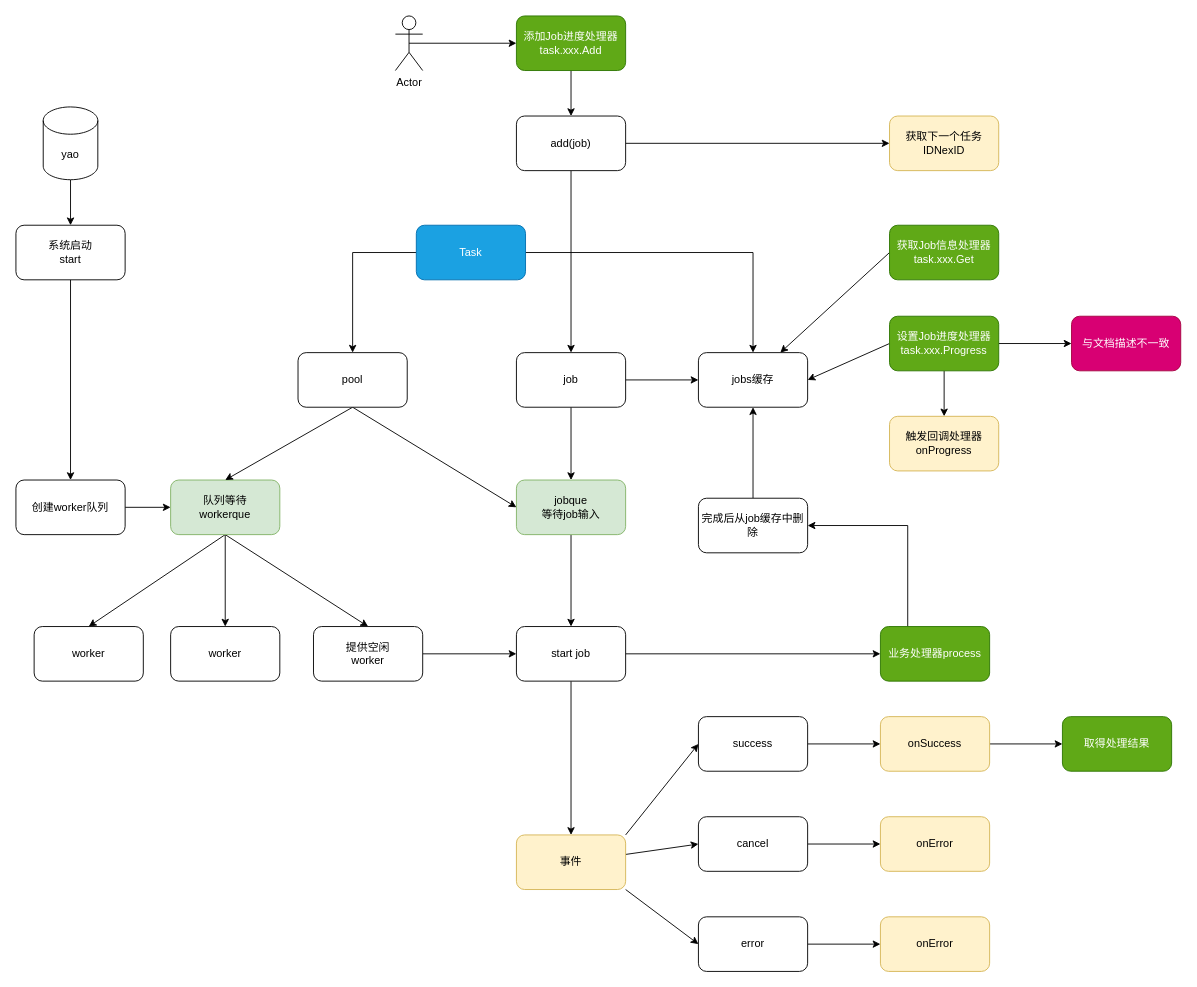
Above: docs/流程图/drawio/yao_task.drawio in wwsheng009/yao-docs (draw.io), before the change. Source tidied: cells renumbered, new cells numbered last; positions are measured from the earlier drawing's top-left corner, leaving out a move shared by most shapes. Both pictures are drawn from the tidied source at 91%, with x=0, y=0 at pixel (15, 15).
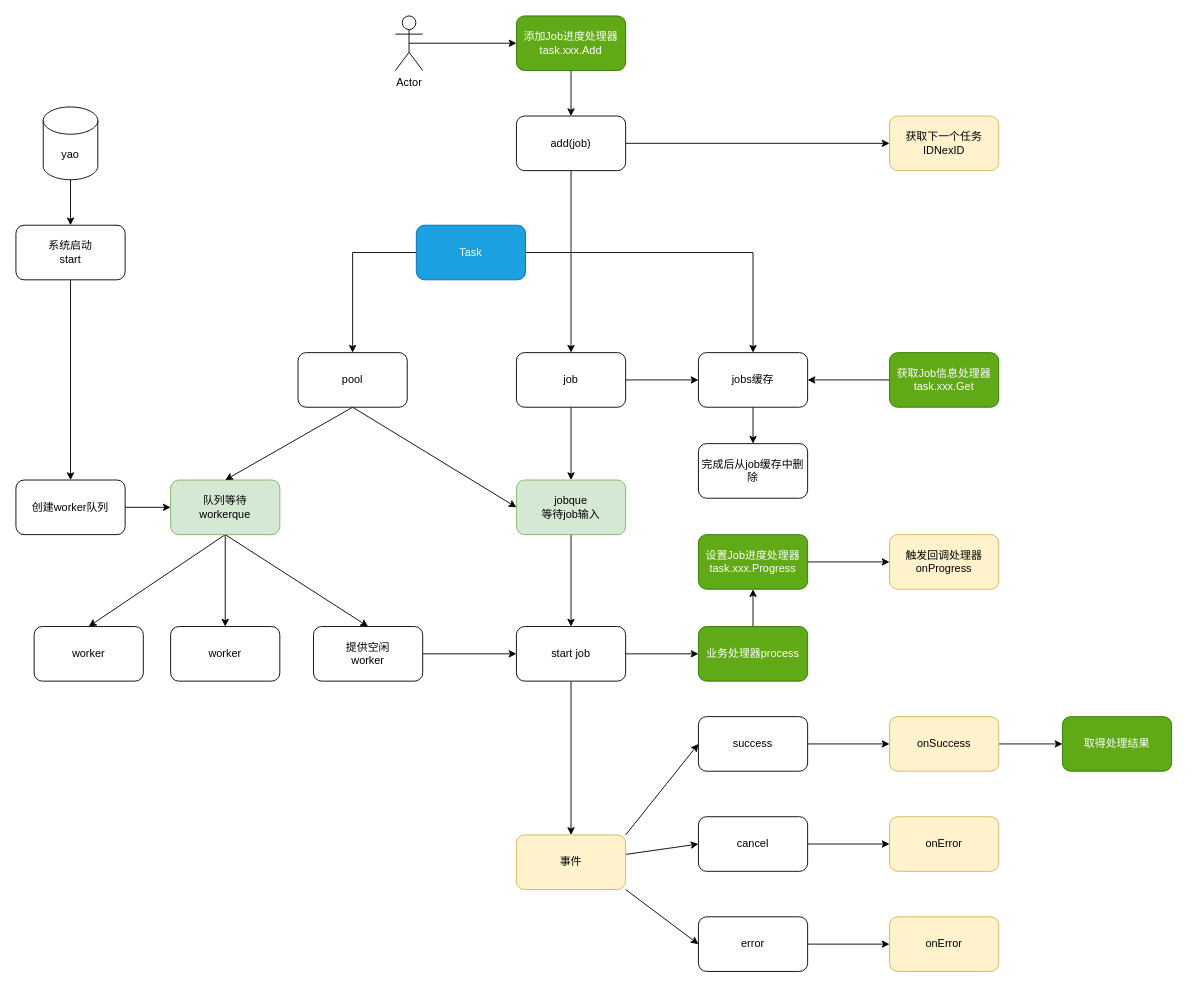
The same page after the edit.

Unchanged cells that the change refers to:
```xml
<mxCell id="11" value="jobs缓存" style="rounded=1;whiteSpace=wrap;html=1;" parent="1" vertex="1">
  <mxGeometry x="750" y="370" width="120" height="60" as="geometry" />
</mxCell>
```

Change to the diagram source:
```diff
@@
+    <mxCell id="66" style="edgeStyle=orthogonalEdgeStyle;rounded=0;jettySize=auto;html=1;exitX=0.5;exitY=1;exitDx=0;exitDy=0;" parent="1" edge="1" source="11" target="24">
+      <mxGeometry relative="1" as="geometry" />
+    </mxCell>
@@
-    <mxCell id="23" style="edgeStyle=orthogonalEdgeStyle;rounded=0;jettySize=auto;html=1;exitX=0.5;exitY=0;exitDx=0;exitDy=0;entryX=0.5;entryY=1;entryDx=0;entryDy=0;" parent="1" edge="1" source="24" target="11">
-      <mxGeometry relative="1" as="geometry" />
-    </mxCell>
     <mxCell id="24" value="完成后从job缓存中删除" style="rounded=1;whiteSpace=wrap;html=1;" parent="1" vertex="1">
-      <mxGeometry x="750" y="530" width="120" height="60" as="geometry" />
+      <mxGeometry x="750" y="470" width="120" height="60" as="geometry" />
     </mxCell>
@@
     <mxCell id="44" value="onError" style="whiteSpace=wrap;html=1;rounded=1;fillColor=#fff2cc;strokeColor=#d6b656;fontColor=default;" parent="1" vertex="1">
-      <mxGeometry x="950" y="880" width="120" height="60" as="geometry" />
+      <mxGeometry x="960" y="880" width="120" height="60" as="geometry" />
     </mxCell>
@@
     <mxCell id="46" value="onSuccess" style="whiteSpace=wrap;html=1;rounded=1;fillColor=#fff2cc;strokeColor=#d6b656;fontColor=default;" parent="1" vertex="1">
-      <mxGeometry x="950" y="770" width="120" height="60" as="geometry" />
+      <mxGeometry x="960" y="770" width="120" height="60" as="geometry" />
     </mxCell>
     <mxCell id="47" value="onError" style="whiteSpace=wrap;html=1;rounded=1;fillColor=#fff2cc;strokeColor=#d6b656;fontColor=default;" parent="1" vertex="1">
-      <mxGeometry x="950" y="990" width="120" height="60" as="geometry" />
+      <mxGeometry x="960" y="990" width="120" height="60" as="geometry" />
     </mxCell>
@@
-    <mxCell id="51" style="edgeStyle=orthogonalEdgeStyle;rounded=0;jettySize=auto;html=1;exitX=0.25;exitY=0;exitDx=0;exitDy=0;entryX=1;entryY=0.5;entryDx=0;entryDy=0;" parent="1" edge="1" source="52" target="24">
-      <mxGeometry relative="1" as="geometry" />
-    </mxCell>
+    <mxCell id="67" style="edgeStyle=orthogonalEdgeStyle;rounded=0;jettySize=auto;html=1;exitX=0.5;exitY=0;exitDx=0;exitDy=0;entryX=0.5;entryY=1;entryDx=0;entryDy=0;" parent="1" edge="1" source="52" target="60">
+      <mxGeometry relative="1" as="geometry" />
+    </mxCell>
     <mxCell id="52" value="业务处理器process" style="rounded=1;whiteSpace=wrap;html=1;fillColor=#60a917;strokeColor=#2D7600;fontColor=#ffffff;" parent="1" vertex="1">
-      <mxGeometry x="950" y="671" width="120" height="60" as="geometry" />
+      <mxGeometry x="750" y="671" width="120" height="60" as="geometry" />
     </mxCell>
@@
-    <mxCell id="55" style="rounded=0;jettySize=auto;html=1;exitX=0;exitY=0.5;exitDx=0;exitDy=0;entryX=0.75;entryY=0;entryDx=0;entryDy=0;" parent="1" edge="1" source="56" target="11">
+    <mxCell id="55" style="rounded=0;jettySize=auto;html=1;exitX=0;exitY=0.5;exitDx=0;exitDy=0;" parent="1" edge="1" source="56" target="11">
       <mxGeometry relative="1" as="geometry" />
     </mxCell>
     <mxCell id="56" value="获取Job信息处理器task.xxx.Get" style="rounded=1;whiteSpace=wrap;html=1;fillColor=#60a917;strokeColor=#2D7600;fontColor=#ffffff;" parent="1" vertex="1">
-      <mxGeometry x="960" y="230" width="120" height="60" as="geometry" />
+      <mxGeometry x="960" y="370" width="120" height="60" as="geometry" />
     </mxCell>
-    <mxCell id="57" style="rounded=0;jettySize=auto;html=1;exitX=0;exitY=0.5;exitDx=0;exitDy=0;entryX=1;entryY=0.5;entryDx=0;entryDy=0;" parent="1" edge="1" source="60" target="11">
-      <mxGeometry relative="1" as="geometry" />
-    </mxCell>
@@
-    <mxCell id="59" style="edgeStyle=none;rounded=0;jettySize=auto;html=1;" parent="1" edge="1" source="60" target="64">
-      <mxGeometry relative="1" as="geometry" />
-    </mxCell>
     <mxCell id="60" value="设置Job进度处理器task.xxx.Progress" style="rounded=1;whiteSpace=wrap;html=1;fillColor=#60a917;strokeColor=#2D7600;fontColor=#ffffff;" parent="1" vertex="1">
-      <mxGeometry x="960" y="330" width="120" height="60" as="geometry" />
+      <mxGeometry x="750" y="570" width="120" height="60" as="geometry" />
     </mxCell>
@@
     <mxCell id="63" value="触发回调处理器&lt;br&gt;onProgress" style="rounded=1;whiteSpace=wrap;html=1;fillColor=#fff2cc;strokeColor=#d6b656;fontColor=default;" parent="1" vertex="1">
-      <mxGeometry x="960" y="440" width="120" height="60" as="geometry" />
+      <mxGeometry x="960" y="570" width="120" height="60" as="geometry" />
     </mxCell>
-    <mxCell id="64" value="与文档描述不一致" style="rounded=1;whiteSpace=wrap;html=1;fillColor=#d80073;strokeColor=#A50040;fontColor=#ffffff;" parent="1" vertex="1">
-      <mxGeometry x="1160" y="330" width="120" height="60" as="geometry" />
-    </mxCell>
```
